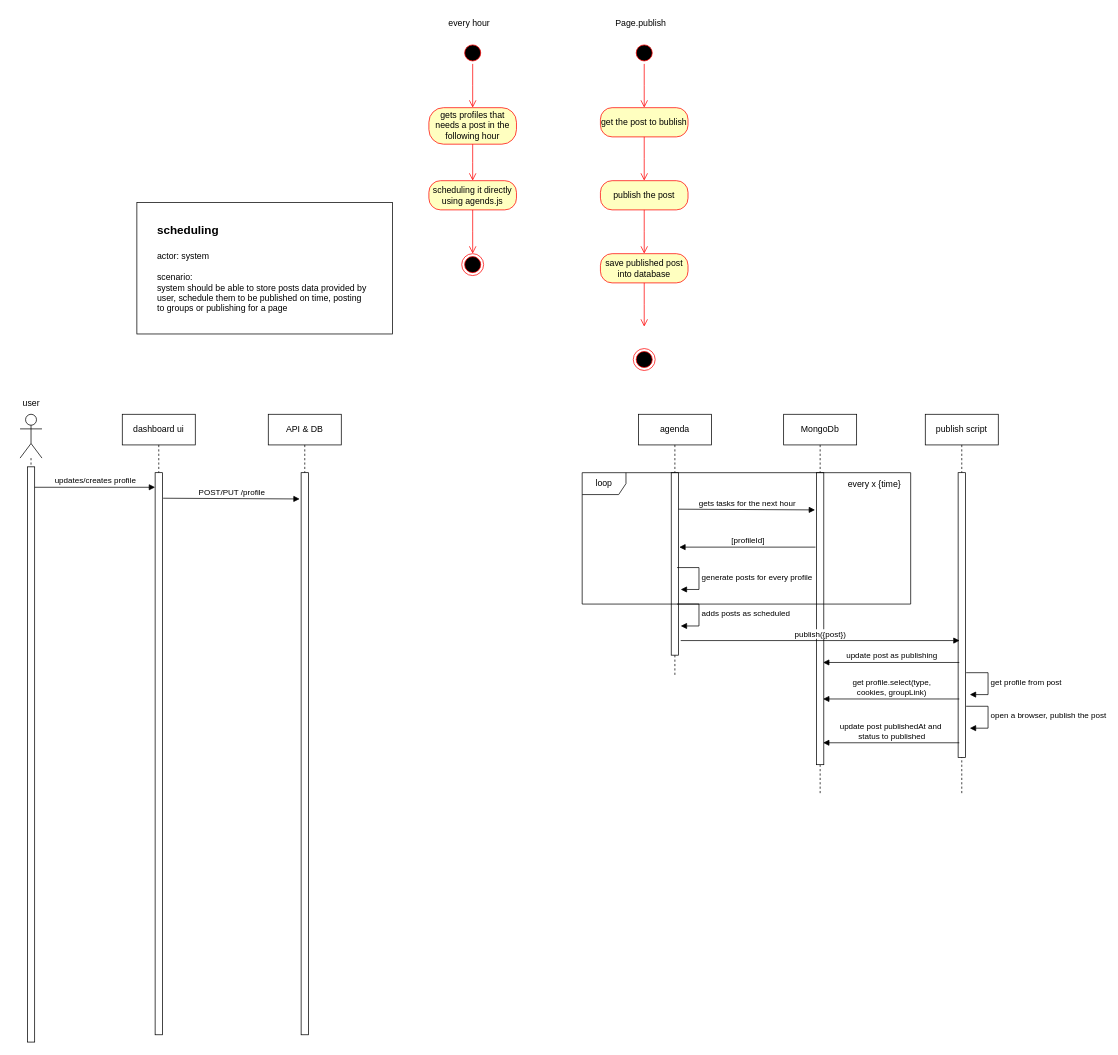
Earlier version of the draw.io diagram page "scheduling" (3 of 4) of auto-post.drawio (ahmed-elbehairy7/pamylka-system-design). Source tidied: cells renumbered, new cells numbered last; positions are measured from the earlier drawing's top-left corner, leaving out a move shared by most shapes. Both pictures are drawn from the tidied source at 73%, with x=0, y=0 at pixel (12, 12).
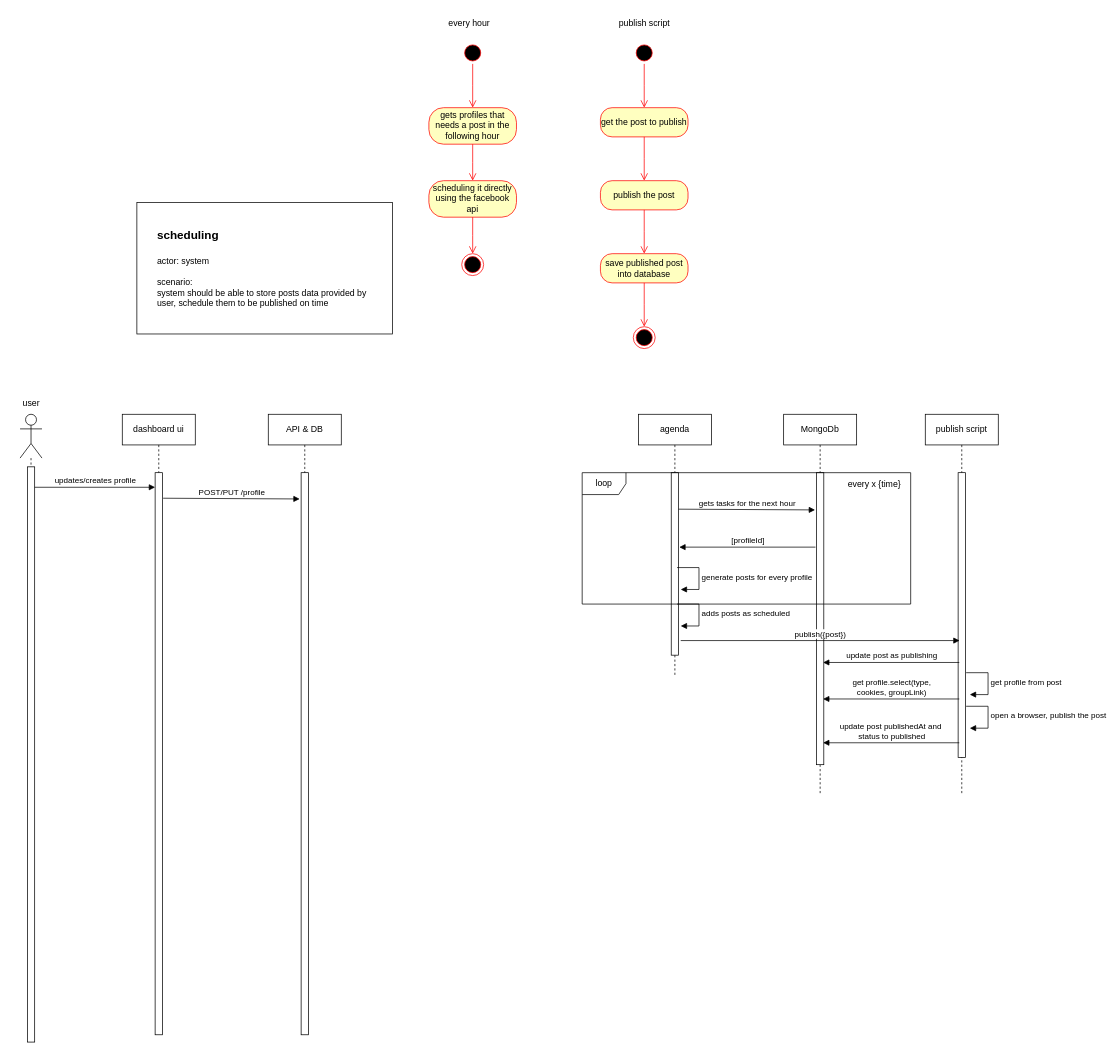
The same page after the edit.

Unchanged cells that the change refers to:
```xml
<mxCell id="2" style="group;" parent="1" vertex="1">
  <mxGeometry x="170" y="260" width="350" height="180" as="geometry" />
</mxCell>
```

Diff of the diagram source:
```diff
@@
-    <mxCell id="4" value="&lt;div&gt;&lt;span style=&quot;font-size: 16px;&quot;&gt;&lt;b&gt;scheduling&lt;/b&gt;&lt;/span&gt;&lt;/div&gt;&lt;div&gt;&lt;span style=&quot;font-size: 16px;&quot;&gt;&lt;b&gt;&lt;br&gt;&lt;/b&gt;&lt;/span&gt;&lt;/div&gt;&lt;div&gt;actor: system&lt;/div&gt;&lt;div&gt;&lt;br&gt;&lt;/div&gt;&lt;div&gt;scenario:&lt;/div&gt;&lt;div&gt;system should be able to store posts data provided by&lt;/div&gt;&lt;div&gt;user, schedule them to be published on time, posting&lt;/div&gt;&lt;div&gt;to groups or publishing for a page&lt;/div&gt;" style="text;html=1;align=left;verticalAlign=middle;strokeColor=none;fillColor=none;" parent="2" vertex="1">
-      <mxGeometry x="26" y="20" width="310" height="140" as="geometry" />
+    <mxCell id="4" value="&lt;div&gt;&lt;span style=&quot;font-size: 16px;&quot;&gt;&lt;b&gt;scheduling&lt;/b&gt;&lt;/span&gt;&lt;/div&gt;&lt;div&gt;&lt;span style=&quot;font-size: 16px;&quot;&gt;&lt;b&gt;&lt;br&gt;&lt;/b&gt;&lt;/span&gt;&lt;/div&gt;&lt;div&gt;actor: system&lt;/div&gt;&lt;div&gt;&lt;br&gt;&lt;/div&gt;&lt;div&gt;scenario:&lt;/div&gt;&lt;div&gt;system should be able to store posts data provided by&lt;/div&gt;&lt;div&gt;user, schedule them to be published on time&lt;/div&gt;" style="text;html=1;align=left;verticalAlign=middle;strokeColor=none;fillColor=none;" parent="2" vertex="1">
+      <mxGeometry x="26" y="30" width="310" height="120" as="geometry" />
     </mxCell>
@@
-    <mxCell id="9" value="scheduling it directly using agends.js" style="rounded=1;whiteSpace=wrap;html=1;arcSize=40;fontColor=#000000;fillColor=#ffffc0;strokeColor=#ff0000;" parent="1" vertex="1">
-      <mxGeometry x="570" y="230" width="120" height="40" as="geometry" />
+    <mxCell id="9" value="scheduling it directly using the facebook api" style="rounded=1;whiteSpace=wrap;html=1;arcSize=40;fontColor=#000000;fillColor=#ffffc0;strokeColor=#ff0000;" parent="1" vertex="1">
+      <mxGeometry x="570" y="230" width="120" height="50" as="geometry" />
     </mxCell>
@@
-    <mxCell id="15" value="get the post to bublish" style="rounded=1;whiteSpace=wrap;html=1;arcSize=40;fontColor=#000000;fillColor=#ffffc0;strokeColor=#ff0000;" parent="1" vertex="1">
+    <mxCell id="15" value="get the post to publish" style="rounded=1;whiteSpace=wrap;html=1;arcSize=40;fontColor=#000000;fillColor=#ffffc0;strokeColor=#ff0000;" parent="1" vertex="1">
       <mxGeometry x="805" y="130" width="120" height="40" as="geometry" />
     </mxCell>
@@
     <mxCell id="19" style="ellipse;html=1;shape=endState;fillColor=#000000;strokeColor=#ff0000;" parent="1" vertex="1">
-      <mxGeometry x="850" y="460" width="30" height="30" as="geometry" />
+      <mxGeometry x="850" y="430" width="30" height="30" as="geometry" />
     </mxCell>
-    <mxCell id="20" value="Page.publish" style="text;html=1;align=center;verticalAlign=middle;strokeColor=none;fillColor=none;" parent="1" vertex="1">
-      <mxGeometry x="815" width="90" height="30" as="geometry" />
+    <mxCell id="20" value="publish script" style="text;html=1;align=center;verticalAlign=middle;strokeColor=none;fillColor=none;" parent="1" vertex="1">
+      <mxGeometry x="820" width="90" height="30" as="geometry" />
     </mxCell>
```
